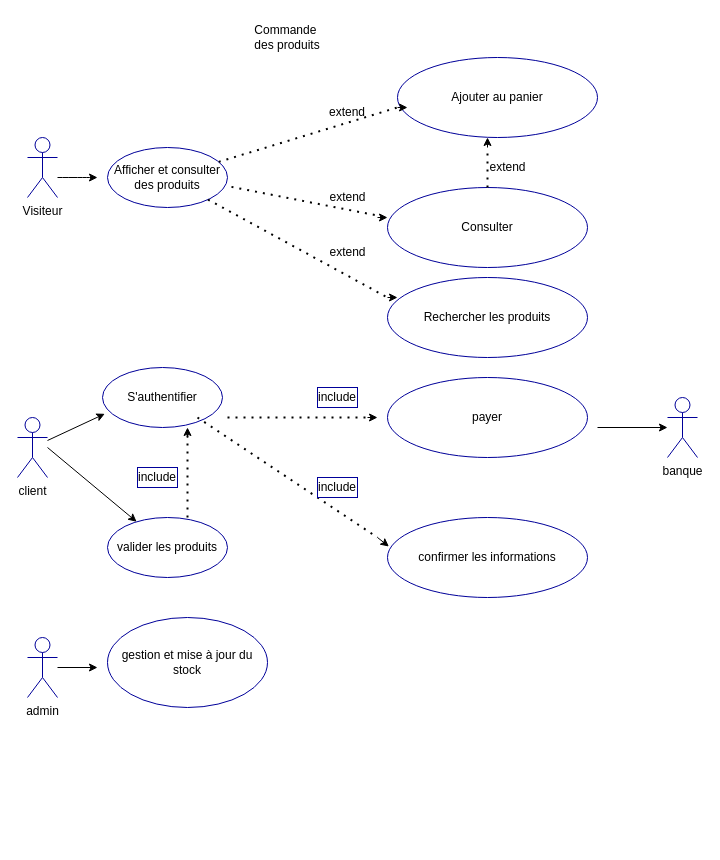
This is diagramme.drawio from sdeurt/sportmatos_back, a draw.io file, before an edit. Source tidied: cells renumbered, new cells numbered last; positions are measured from the earlier drawing's top-left corner, leaving out a move shared by most shapes. Both pictures are drawn from the tidied source at 100%, with x=0, y=0 at pixel (17, 17).
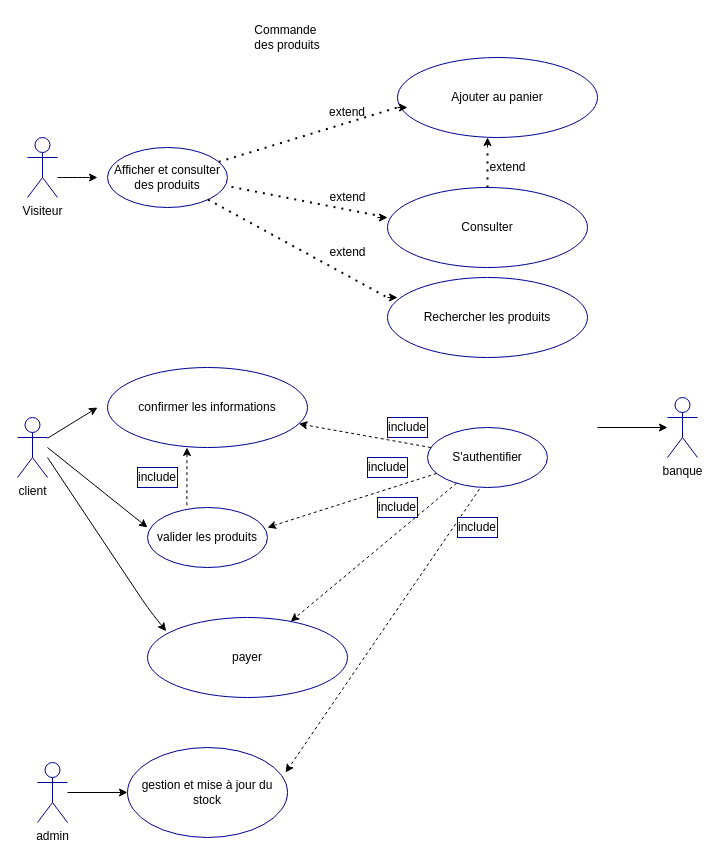
After the change.

Unchanged cells that the change refers to:
```xml
<mxCell id="4" value="client" style="shape=umlActor;verticalLabelPosition=bottom;verticalAlign=top;html=1;outlineConnect=0;strokeColor=#000099;" parent="1" vertex="1">
  <mxGeometry y="400" width="30" height="60" as="geometry" />
</mxCell>
```

The edit, as a diff of the source:
```diff
@@
-    <mxCell id="5" style="edgeStyle=none;html=1;" parent="1" edge="1" target="11">
+    <mxCell id="5" style="edgeStyle=none;html=1;entryX=0;entryY=0.333;entryDx=0;entryDy=0;entryPerimeter=0;" parent="1" edge="1" target="11">
       <mxGeometry relative="1" as="geometry">
         <mxPoint x="30" y="430" as="sourcePoint" />
+        <Array as="points">
+          <mxPoint x="80" y="470" />
+        </Array>
       </mxGeometry>
     </mxCell>
@@
     <mxCell id="10" value="S'authentifier" style="ellipse;whiteSpace=wrap;html=1;strokeColor=#000099;" parent="1" vertex="1">
-      <mxGeometry x="85" y="350" width="120" height="60" as="geometry" />
+      <mxGeometry x="410" y="410" width="120" height="60" as="geometry" />
     </mxCell>
     <mxCell id="11" value="valider les produits" style="ellipse;whiteSpace=wrap;html=1;strokeColor=#000099;" parent="1" vertex="1">
-      <mxGeometry x="90" y="500" width="120" height="60" as="geometry" />
+      <mxGeometry x="130" y="490" width="120" height="60" as="geometry" />
     </mxCell>
@@
     <mxCell id="16" value="confirmer les informations" style="ellipse;whiteSpace=wrap;html=1;strokeColor=#000099;" parent="1" vertex="1">
-      <mxGeometry x="370" y="500" width="200" height="80" as="geometry" />
+      <mxGeometry x="90" y="350" width="200" height="80" as="geometry" />
     </mxCell>
     <mxCell id="17" value="payer" style="ellipse;whiteSpace=wrap;html=1;strokeColor=#000099;" parent="1" vertex="1">
-      <mxGeometry x="370" y="360" width="200" height="80" as="geometry" />
+      <mxGeometry x="130" y="600" width="200" height="80" as="geometry" />
     </mxCell>
@@
-    <mxCell id="21" style="endArrow=none;dashed=1;html=1;dashPattern=1 3;strokeWidth=2;" parent="1" edge="1">
-      <mxGeometry relative="1" as="geometry">
-        <mxPoint x="210" y="400" as="sourcePoint" />
-        <mxPoint x="360" y="400" as="targetPoint" />
-      </mxGeometry>
-    </mxCell>
-    <mxCell id="22" style="endArrow=none;dashed=1;html=1;dashPattern=1 3;strokeWidth=2;" parent="1" edge="1">
-      <mxGeometry relative="1" as="geometry">
-        <mxPoint x="180" y="400" as="sourcePoint" />
-        <mxPoint x="360" y="520" as="targetPoint" />
-      </mxGeometry>
-    </mxCell>
-    <mxCell id="23" style="edgeStyle=none;html=1;entryX=0.019;entryY=0.772;entryDx=0;entryDy=0;entryPerimeter=0;" parent="1" edge="1" source="4" target="10">
-      <mxGeometry relative="1" as="geometry" />
+    <mxCell id="23" style="edgeStyle=none;html=1;" parent="1" edge="1" source="4">
+      <mxGeometry relative="1" as="geometry">
+        <mxPoint x="80" y="390" as="targetPoint" />
+      </mxGeometry>
     </mxCell>
@@
-    <mxCell id="30" style="endArrow=classic;html=1;" parent="1" edge="1">
-      <mxGeometry relative="1" as="geometry">
-        <mxPoint x="350" y="400" as="sourcePoint" />
-        <mxPoint x="360" y="400" as="targetPoint" />
-      </mxGeometry>
-    </mxCell>
-    <mxCell id="31" style="endArrow=classic;html=1;entryX=0.007;entryY=0.363;entryDx=0;entryDy=0;entryPerimeter=0;" parent="1" edge="1" target="16">
-      <mxGeometry relative="1" as="geometry">
-        <mxPoint x="360" y="520" as="sourcePoint" />
-      </mxGeometry>
-    </mxCell>
     <mxCell id="32" value="admin" style="shape=umlActor;verticalLabelPosition=bottom;verticalAlign=top;html=1;outlineConnect=0;strokeColor=#000099;" parent="1" vertex="1">
-      <mxGeometry x="10" y="620" width="30" height="60" as="geometry" />
+      <mxGeometry x="20" y="745" width="30" height="60" as="geometry" />
     </mxCell>
-    <mxCell id="33" style="endArrow=none;dashed=1;html=1;dashPattern=1 3;strokeWidth=2;" parent="1" edge="1">
-      <mxGeometry relative="1" as="geometry">
-        <mxPoint x="170" y="500" as="sourcePoint" />
-        <mxPoint x="170" y="490" as="targetPoint" />
-        <Array as="points">
-          <mxPoint x="170" y="440" />
-          <mxPoint x="170" y="410" />
-        </Array>
-      </mxGeometry>
-    </mxCell>
-    <mxCell id="34" style="endArrow=classic;html=1;" parent="1" edge="1">
+    <mxCell id="34" style="endArrow=classic;html=1;exitX=0.328;exitY=-0.039;exitDx=0;exitDy=0;exitPerimeter=0;dashed=1;" parent="1" edge="1" source="11">
       <mxGeometry relative="1" as="geometry">
-        <mxPoint x="170" y="420" as="sourcePoint" />
-        <mxPoint x="170" y="410" as="targetPoint" />
+        <mxPoint x="169.5" y="430" as="targetPoint" />
       </mxGeometry>
     </mxCell>
     <mxCell id="35" value="gestion et mise à jour du stock" style="ellipse;whiteSpace=wrap;html=1;strokeColor=#000099;" parent="1" vertex="1">
-      <mxGeometry x="90" y="600" width="160" height="90" as="geometry" />
+      <mxGeometry x="110" y="730" width="160" height="90" as="geometry" />
     </mxCell>
-    <mxCell id="36" style="endArrow=classic;html=1;" parent="1" edge="1" source="32">
-      <mxGeometry relative="1" as="geometry">
-        <mxPoint x="80" y="650" as="targetPoint" />
-      </mxGeometry>
+    <mxCell id="36" style="endArrow=classic;html=1;entryX=0;entryY=0.5;entryDx=0;entryDy=0;" parent="1" edge="1" source="32" target="35">
+      <mxGeometry relative="1" as="geometry" />
     </mxCell>
@@
+    <mxCell id="46" style="edgeStyle=none;html=1;dashed=1;" parent="1" edge="1" source="10" target="17">
+      <mxGeometry relative="1" as="geometry" />
+    </mxCell>
+    <mxCell id="47" style="edgeStyle=none;html=1;dashed=1;entryX=1;entryY=0.333;entryDx=0;entryDy=0;entryPerimeter=0;" parent="1" edge="1" source="10" target="11">
+      <mxGeometry relative="1" as="geometry" />
+    </mxCell>
     <mxCell id="44" value="include" style="rounded=0;whiteSpace=wrap;html=1;strokeColor=#000099;" parent="1" vertex="1">
-      <mxGeometry x="300" y="460" width="40" height="20" as="geometry" />
+      <mxGeometry x="350" y="440" width="40" height="20" as="geometry" />
     </mxCell>
+    <mxCell id="48" style="edgeStyle=none;html=1;dashed=1;" parent="1" edge="1" source="10" target="16">
+      <mxGeometry relative="1" as="geometry" />
+    </mxCell>
     <mxCell id="45" value="include" style="rounded=0;whiteSpace=wrap;html=1;strokeColor=#000099;" parent="1" vertex="1">
-      <mxGeometry x="300" y="370" width="40" height="20" as="geometry" />
+      <mxGeometry x="370" y="400" width="40" height="20" as="geometry" />
     </mxCell>
+    <mxCell id="49" style="edgeStyle=none;html=1;entryX=0.093;entryY=0.171;entryDx=0;entryDy=0;entryPerimeter=0;" parent="1" edge="1" target="17">
+      <mxGeometry relative="1" as="geometry">
+        <mxPoint x="30" y="440" as="sourcePoint" />
+        <Array as="points">
+          <mxPoint x="130" y="590" />
+        </Array>
+      </mxGeometry>
+    </mxCell>
+    <mxCell id="50" value="include" style="rounded=0;whiteSpace=wrap;html=1;strokeColor=#000099;" parent="1" vertex="1">
+      <mxGeometry x="360" y="480" width="40" height="20" as="geometry" />
+    </mxCell>
+    <mxCell id="51" style="edgeStyle=none;html=1;dashed=1;entryX=0.988;entryY=0.278;entryDx=0;entryDy=0;entryPerimeter=0;exitX=0.433;exitY=1.028;exitDx=0;exitDy=0;exitPerimeter=0;" parent="1" edge="1" source="10" target="35">
+      <mxGeometry relative="1" as="geometry" />
+    </mxCell>
+    <mxCell id="52" value="include" style="rounded=0;whiteSpace=wrap;html=1;strokeColor=#000099;" parent="1" vertex="1">
+      <mxGeometry x="440" y="500" width="40" height="20" as="geometry" />
+    </mxCell>
```
